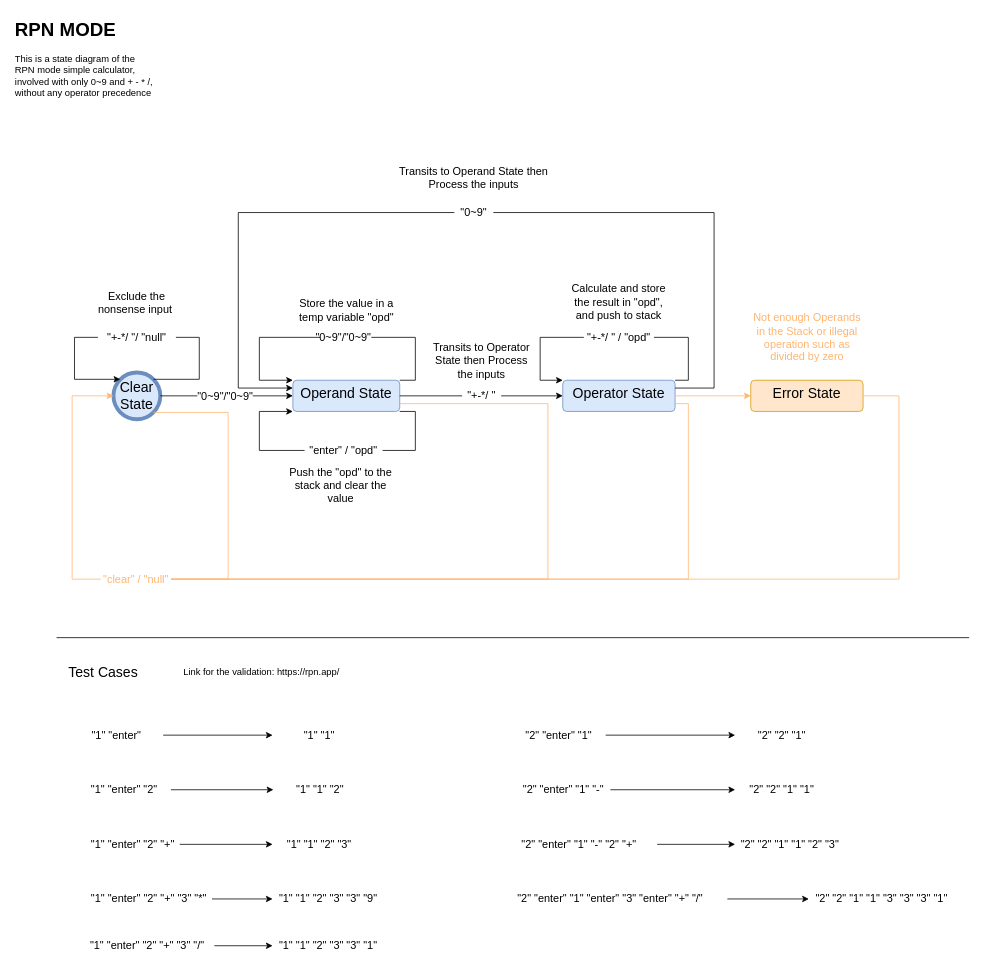
Above: page "RPN" (2 of 2) of res/calculator_state_diagram.drawio in dcheng69/Simple_Calculator (draw.io), before the change. Source tidied: cells renumbered, new cells numbered last; positions are measured from the earlier drawing's top-left corner, leaving out a move shared by most shapes. Both pictures are drawn from the tidied source at 78%, with x=0, y=0 at pixel (13, 13).
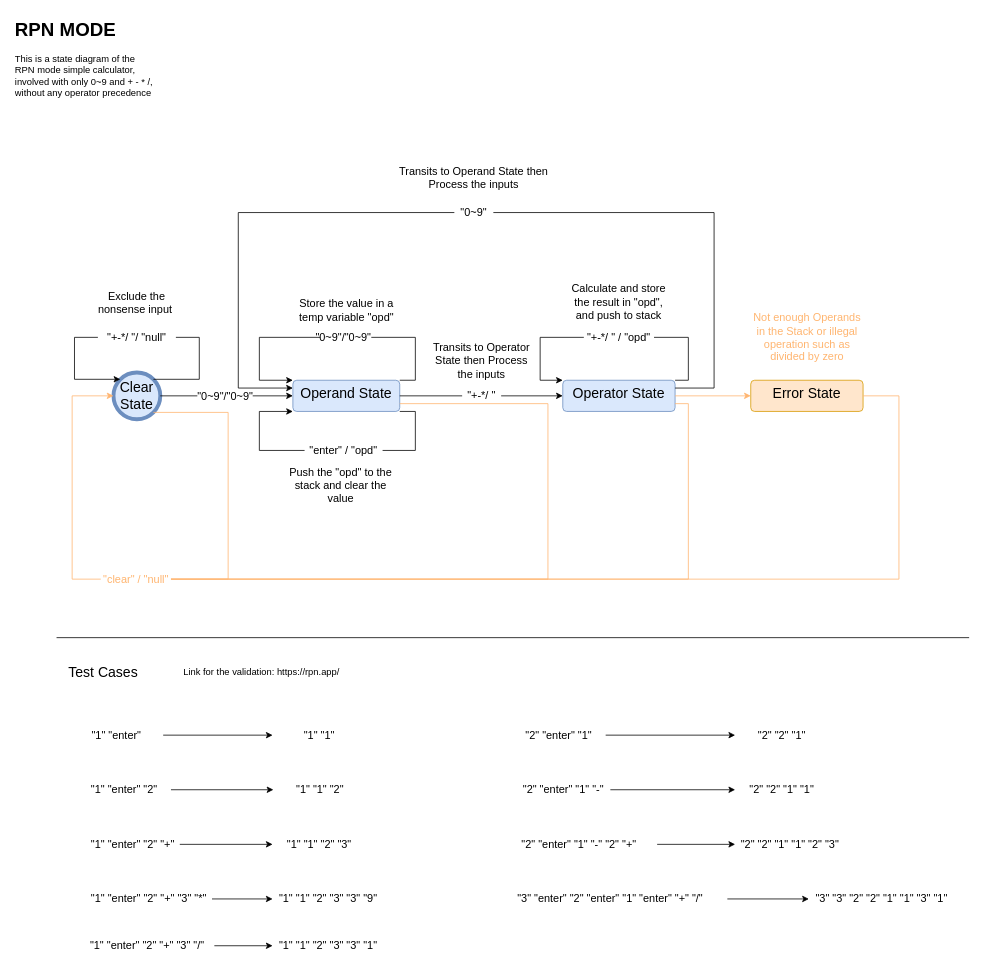
After the change.

Commit message:
Correct the test case of the RPN mode

[Ticket: RPN mode state chart]

[body]
1. Correct the test case in the RPN mode

[test]
1. test with https://www.rpn-calc.com/

What changed in the source:
```diff
@@
-    <mxCell id="68" value="&lt;font style=&quot;font-size: 14px;&quot;&gt;&quot;2&quot; &quot;enter&quot; &quot;1&quot; &quot;enter&quot; &quot;3&quot; &quot;enter&quot; &quot;+&quot; &quot;/&quot;&lt;/font&gt;" style="text;html=1;align=center;verticalAlign=middle;whiteSpace=wrap;rounded=0;" parent="1" vertex="1">
+    <mxCell id="68" value="&lt;font style=&quot;font-size: 14px;&quot;&gt;&quot;3&quot; &quot;enter&quot; &quot;2&quot; &quot;enter&quot; &quot;1&quot; &quot;enter&quot; &quot;+&quot; &quot;/&quot;&lt;/font&gt;" style="text;html=1;align=center;verticalAlign=middle;whiteSpace=wrap;rounded=0;" parent="1" vertex="1">
       <mxGeometry x="615" y="1120" width="300" height="30" as="geometry" />
     </mxCell>
-    <mxCell id="69" value="&lt;span style=&quot;font-size: 14px;&quot;&gt;&quot;2&quot; &quot;2&quot; &quot;1&quot; &quot;1&quot; &quot;3&quot; &quot;3&quot; &quot;3&quot; &quot;1&quot;&lt;/span&gt;" style="text;html=1;align=center;verticalAlign=middle;whiteSpace=wrap;rounded=0;" parent="1" vertex="1">
+    <mxCell id="69" value="&lt;span style=&quot;font-size: 14px;&quot;&gt;&quot;3&quot; &quot;3&quot; &quot;2&quot; &quot;2&quot; &quot;1&quot; &quot;1&quot; &quot;3&quot; &quot;1&quot;&lt;/span&gt;" style="text;html=1;align=center;verticalAlign=middle;whiteSpace=wrap;rounded=0;" parent="1" vertex="1">
       <mxGeometry x="1019.5" y="1120" width="185.5" height="30" as="geometry" />
     </mxCell>
```
